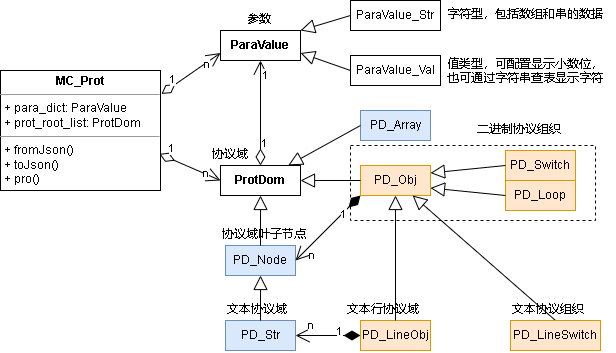
Earlier version of the draw.io export doc/draft/动态协议-实现类图.drawio.png (yangzigy/com_mc). Source tidied: cells renumbered, new cells last; positions are measured from the earlier drawing's top-left corner, leaving out a move shared by most shapes.
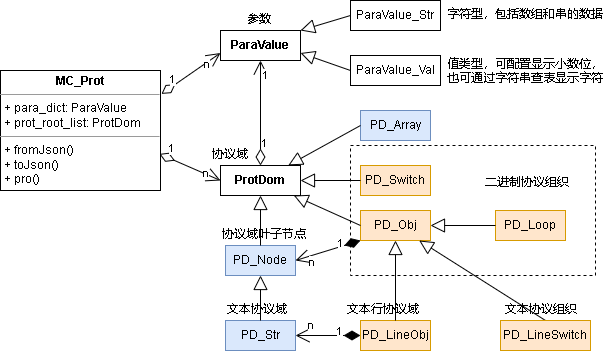
Above is the later version.

What changed in the source:
```diff
@@ -3,7 +3,7 @@
     <mxCell id="0" />
     <mxCell id="1" parent="0" />
     <mxCell id="2" style="rounded=0;whiteSpace=wrap;html=1;fillColor=none;dashed=1;" parent="1" vertex="1">
-      <mxGeometry x="350" y="145" width="245" height="75" as="geometry" />
+      <mxGeometry x="350" y="145" width="245" height="130" as="geometry" />
     </mxCell>
     <mxCell id="3" value="ParaValue" style="rounded=0;whiteSpace=wrap;html=1;fontStyle=1;" parent="1" vertex="1">
       <mxGeometry x="220" y="30" width="80" height="30" as="geometry" />
@@ -30,13 +30,13 @@
       <mxGeometry x="225" y="320" width="70" height="30" as="geometry" />
     </mxCell>
     <mxCell id="11" value="PD_Switch" style="rounded=0;whiteSpace=wrap;html=1;fillColor=#ffe6cc;strokeColor=#d79b00;" parent="1" vertex="1">
-      <mxGeometry x="505" y="150" width="70" height="30" as="geometry" />
+      <mxGeometry x="360" y="165" width="70" height="30" as="geometry" />
     </mxCell>
     <mxCell id="12" value="PD_Loop" style="rounded=0;whiteSpace=wrap;html=1;fillColor=#ffe6cc;strokeColor=#d79b00;" parent="1" vertex="1">
-      <mxGeometry x="505" y="180" width="70" height="30" as="geometry" />
+      <mxGeometry x="495" y="210" width="70" height="30" as="geometry" />
     </mxCell>
     <mxCell id="13" value="PD_Obj" style="rounded=0;whiteSpace=wrap;html=1;fillColor=#ffe6cc;strokeColor=#d79b00;" parent="1" vertex="1">
-      <mxGeometry x="360" y="165" width="70" height="30" as="geometry" />
+      <mxGeometry x="360" y="210" width="70" height="30" as="geometry" />
     </mxCell>
     <mxCell id="14" value="PD_LineObj" style="rounded=0;whiteSpace=wrap;html=1;fillColor=#ffe6cc;strokeColor=#d79b00;" parent="1" vertex="1">
       <mxGeometry x="360" y="320" width="70" height="30" as="geometry" />
@@ -51,7 +51,7 @@
       <mxGeometry x="245" y="5" width="30" height="25" as="geometry" />
     </mxCell>
     <mxCell id="18" value="字符型，包括数组和串的数据" style="text;whiteSpace=wrap;html=1;" parent="1" vertex="1">
-      <mxGeometry x="445" width="170" height="30" as="geometry" />
+      <mxGeometry x="445" width="165" height="30" as="geometry" />
     </mxCell>
     <mxCell id="19" value="值类型，可配置显示小数位，也可通过字符串查表显示字符" style="text;whiteSpace=wrap;html=1;" parent="1" vertex="1">
       <mxGeometry x="445" y="50" width="165" height="50" as="geometry" />
@@ -77,14 +77,14 @@
     <mxCell id="26" style="endArrow=block;endSize=12;endFill=0;html=1;rounded=0;" parent="1" edge="1" source="10" target="7">
       <mxGeometry x="-0.19" y="-3" relative="1" as="geometry" />
     </mxCell>
-    <mxCell id="27" style="endArrow=block;endSize=12;endFill=0;html=1;rounded=0;exitX=0;exitY=0.5;exitDx=0;exitDy=0;entryX=1;entryY=0.25;entryDx=0;entryDy=0;" parent="1" edge="1" source="11" target="13">
+    <mxCell id="27" style="endArrow=block;endSize=12;endFill=0;html=1;rounded=0;exitX=0;exitY=0.5;exitDx=0;exitDy=0;entryX=1;entryY=0.5;entryDx=0;entryDy=0;" parent="1" edge="1" source="11" target="6">
       <mxGeometry x="-0.19" y="-3" relative="1" as="geometry" />
     </mxCell>
-    <mxCell id="28" style="endArrow=block;endSize=12;endFill=0;html=1;rounded=0;exitX=0;exitY=0.5;exitDx=0;exitDy=0;entryX=1;entryY=0.75;entryDx=0;entryDy=0;" parent="1" edge="1" source="12" target="13">
+    <mxCell id="28" style="endArrow=block;endSize=12;endFill=0;html=1;rounded=0;exitX=0;exitY=0.5;exitDx=0;exitDy=0;" parent="1" edge="1" source="12" target="13">
       <mxGeometry x="-0.19" y="-3" relative="1" as="geometry" />
     </mxCell>
     <mxCell id="29" value="文本协议组织" style="text;whiteSpace=wrap;html=1;" parent="1" vertex="1">
-      <mxGeometry x="510" y="295" width="75" height="25" as="geometry" />
+      <mxGeometry x="502.5" y="295" width="75" height="25" as="geometry" />
     </mxCell>
     <mxCell id="30" value="文本协议域" style="text;whiteSpace=wrap;html=1;" parent="1" vertex="1">
       <mxGeometry x="225" y="295" width="70" height="25" as="geometry" />
@@ -98,7 +98,7 @@
       </mxGeometry>
     </mxCell>
     <mxCell id="33" value="二进制协议组织" style="text;whiteSpace=wrap;html=1;" parent="1" vertex="1">
-      <mxGeometry x="475" y="115" width="95" height="25" as="geometry" />
+      <mxGeometry x="482.5" y="167.5" width="95" height="25" as="geometry" />
     </mxCell>
     <mxCell id="34" value="1" style="endArrow=open;html=1;endSize=12;startArrow=diamondThin;startSize=14;startFill=0;edgeStyle=orthogonalEdgeStyle;align=left;verticalAlign=bottom;rounded=0;entryX=0.5;entryY=1;entryDx=0;entryDy=0;exitX=0.5;exitY=0;exitDx=0;exitDy=0;" parent="1" edge="1" source="6" target="3">
       <mxGeometry x="-0.74" relative="1" as="geometry" />
@@ -109,7 +109,7 @@
       </mxGeometry>
     </mxCell>
     <mxCell id="36" value="PD_LineSwitch" style="rounded=0;whiteSpace=wrap;html=1;fillColor=#ffe6cc;strokeColor=#d79b00;" parent="1" vertex="1">
-      <mxGeometry x="510" y="320" width="90" height="30" as="geometry" />
+      <mxGeometry x="500" y="320" width="90" height="30" as="geometry" />
     </mxCell>
     <mxCell id="37" value="文本行协议域" style="text;whiteSpace=wrap;html=1;" parent="1" vertex="1">
       <mxGeometry x="345" y="295" width="75" height="25" as="geometry" />
```
